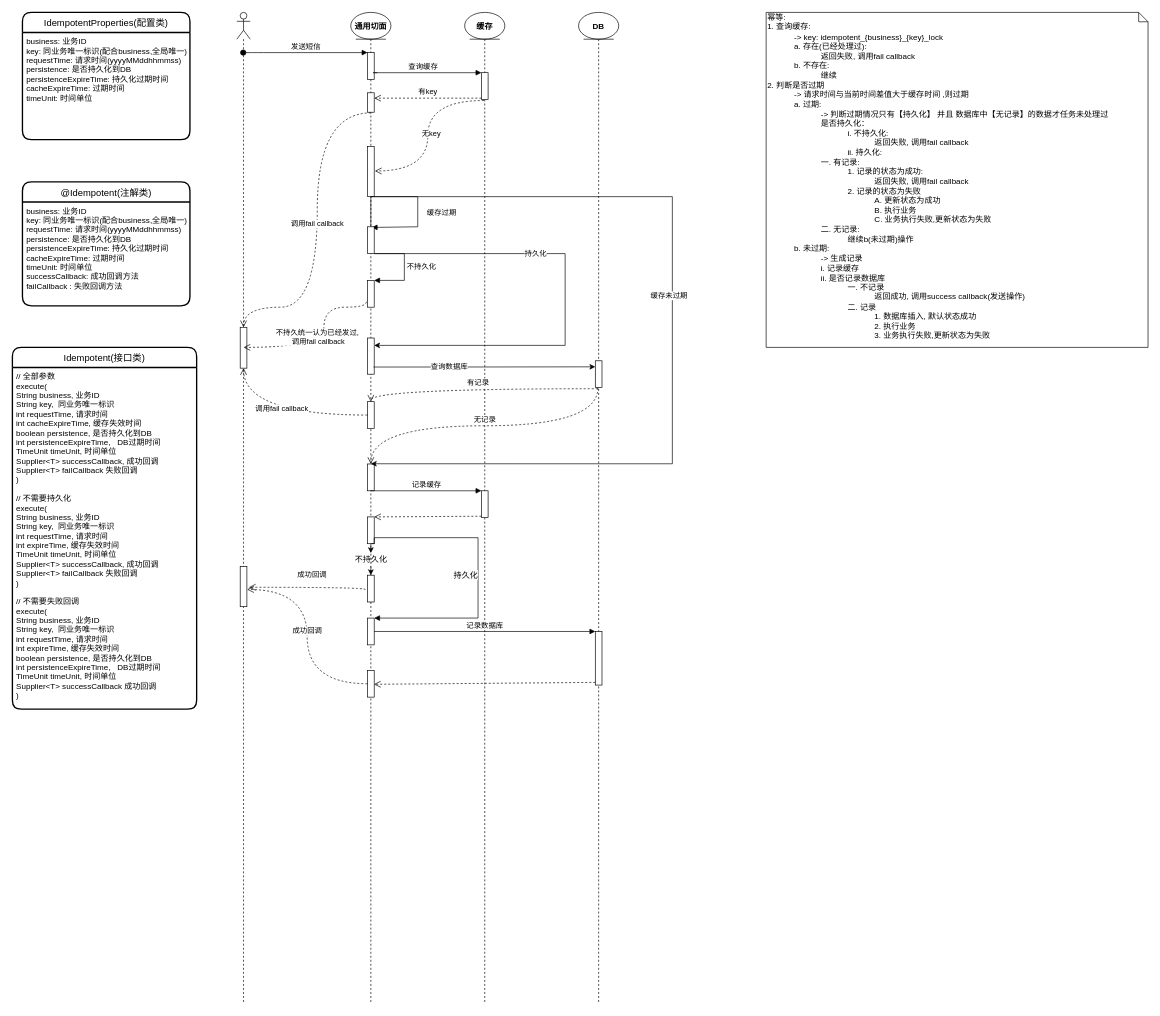
Above: drawioes/幂等流程图.drawio in moriwuzhe/org-diagrams (draw.io), before the change. Source tidied: cells renumbered, new cells numbered last; positions are measured from the earlier drawing's top-left corner, leaving out a move shared by most shapes. Both pictures are drawn from the tidied source at 67%, with x=0, y=0 at pixel (12, 12).
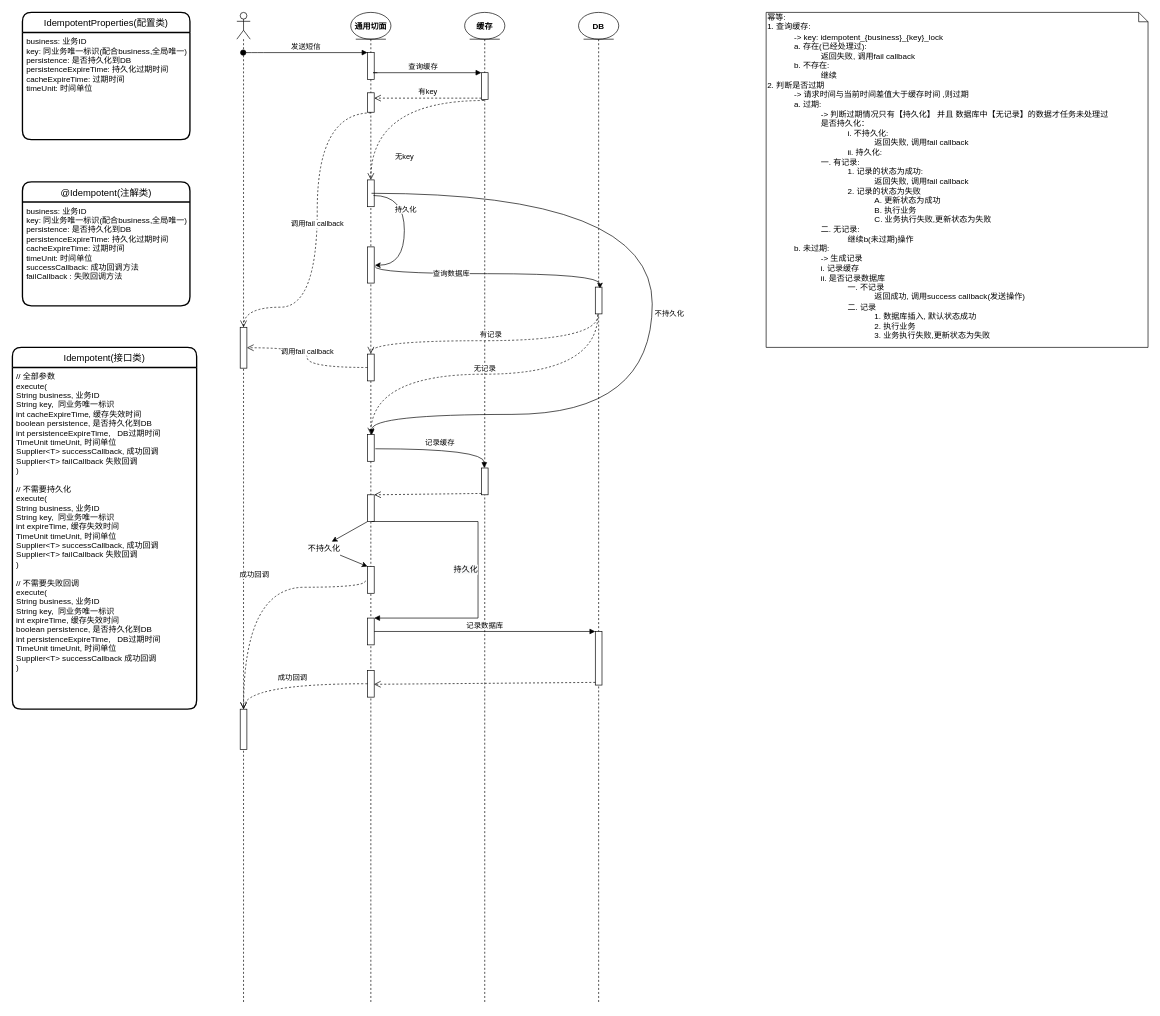
After the change.

Commit message (it also covers changes not shown here):
更新幂等流程图.drawio

Unchanged cells that the change refers to:
```xml
<mxCell id="2" value="IdempotentProperties(配置类)" style="swimlane;horizontal=1;startSize=30;rounded=1;fontSize=14;fontStyle=0;strokeWidth=2;shadow=0;dashed=0;align=center;" parent="1" vertex="1">
  <mxGeometry x="15" width="250" height="190" as="geometry" />
</mxCell>
<mxCell id="4" value="@Idempotent(注解类)" style="swimlane;horizontal=1;startSize=30;rounded=1;fontSize=14;fontStyle=0;strokeWidth=2;shadow=0;dashed=0;align=center;" parent="1" vertex="1">
  <mxGeometry x="15" y="253" width="250" height="185" as="geometry" />
</mxCell>
<mxCell id="6" value="Idempotent(接口类)" style="swimlane;horizontal=1;startSize=30;rounded=1;fontSize=14;fontStyle=0;strokeWidth=2;shadow=0;dashed=0;align=center;" parent="1" vertex="1">
  <mxGeometry y="500" width="275" height="540" as="geometry" />
</mxCell>
<mxCell id="8" style="shape=umlLifeline;participant=umlActor;perimeter=lifelinePerimeter;whiteSpace=wrap;html=1;verticalAlign=top;spacingTop=36;outlineConnect=0;" parent="1" vertex="1">
  <mxGeometry x="335" width="20" height="1480" as="geometry" />
</mxCell>
<mxCell id="11" style="shape=umlLifeline;participant=umlEntity;perimeter=lifelinePerimeter;whiteSpace=wrap;html=1;verticalAlign=top;spacingTop=36;" parent="1" vertex="1">
  <mxGeometry x="505" width="60" height="1480" as="geometry" />
</mxCell>
<mxCell id="23" style="html=1;points=[];perimeter=orthogonalPerimeter;" parent="11" vertex="1">
  <mxGeometry x="25" y="904" width="10" height="40" as="geometry" />
</mxCell>
<mxCell id="25" style="html=1;points=[];perimeter=orthogonalPerimeter;" parent="11" vertex="1">
  <mxGeometry x="25" y="982" width="10" height="40" as="geometry" />
</mxCell>
<mxCell id="36" style="shape=umlLifeline;participant=umlEntity;perimeter=lifelinePerimeter;whiteSpace=wrap;html=1;verticalAlign=top;spacingTop=36;" parent="1" vertex="1">
  <mxGeometry x="675" width="60" height="1480" as="geometry" />
</mxCell>
<mxCell id="38" style="html=1;points=[];perimeter=orthogonalPerimeter;" parent="36" vertex="1">
  <mxGeometry x="25" y="90" width="10" height="40" as="geometry" />
</mxCell>
<mxCell id="40" style="shape=umlLifeline;participant=umlEntity;perimeter=lifelinePerimeter;whiteSpace=wrap;html=1;verticalAlign=top;spacingTop=36;" parent="1" vertex="1">
  <mxGeometry x="845" width="60" height="1480" as="geometry" />
</mxCell>
```

The edit, as a diff of the source:
```diff
@@
-    <mxCell id="3" value="business: 业务ID&#10;key: 同业务唯一标识(配合business,全局唯一)&#10;requestTime: 请求时间(yyyyMMddhhmmss)&#10;persistence: 是否持久化到DB&#10;persistenceExpireTime: 持久化过期时间&#10;cacheExpireTime: 过期时间&#10;timeUnit: 时间单位&#10;&#10;" style="align=left;strokeColor=none;fillColor=none;spacingLeft=4;fontSize=12;verticalAlign=top;" parent="2" vertex="1">
+    <mxCell id="3" value="business: 业务ID&#10;key: 同业务唯一标识(配合business,全局唯一)&#10;persistence: 是否持久化到DB&#10;persistenceExpireTime: 持久化过期时间&#10;cacheExpireTime: 过期时间&#10;timeUnit: 时间单位&#10;&#10;" style="align=left;strokeColor=none;fillColor=none;spacingLeft=4;fontSize=12;verticalAlign=top;" parent="2" vertex="1">
       <mxGeometry y="30" width="250" height="160" as="geometry" />
     </mxCell>
@@
-    <mxCell id="5" value="business: 业务ID&#10;key: 同业务唯一标识(配合business,全局唯一)&#10;requestTime: 请求时间(yyyyMMddhhmmss)&#10;persistence: 是否持久化到DB&#10;persistenceExpireTime: 持久化过期时间&#10;cacheExpireTime: 过期时间&#10;timeUnit: 时间单位&#10;successCallback: 成功回调方法&#10;failCallback : 失败回调方法&#10;&#10;&#10;" style="align=left;strokeColor=none;fillColor=none;spacingLeft=4;fontSize=12;verticalAlign=top;" parent="4" vertex="1">
+    <mxCell id="5" value="business: 业务ID&#10;key: 同业务唯一标识(配合business,全局唯一)&#10;persistence: 是否持久化到DB&#10;persistenceExpireTime: 持久化过期时间&#10;cacheExpireTime: 过期时间&#10;timeUnit: 时间单位&#10;successCallback: 成功回调方法&#10;failCallback : 失败回调方法&#10;&#10;&#10;" style="align=left;strokeColor=none;fillColor=none;spacingLeft=4;fontSize=12;verticalAlign=top;" parent="4" vertex="1">
       <mxGeometry y="30" width="250" height="155" as="geometry" />
     </mxCell>
@@
-    <mxCell id="7" value="// 全部参数&#10;execute(&#10;String business, 业务ID&#10;String key,  同业务唯一标识&#10;int requestTime, 请求时间&#10;int cacheExpireTime, 缓存失效时间&#10;boolean persistence, 是否持久化到DB&#10;int persistenceExpireTime,   DB过期时间&#10;TimeUnit timeUnit, 时间单位&#10;Supplier&lt;T&gt; successCallback, 成功回调&#10;Supplier&lt;T&gt; failCallback 失败回调&#10;)&#10;&#10;// 不需要持久化&#10;execute(&#10;String business, 业务ID&#10;String key,  同业务唯一标识&#10;int requestTime, 请求时间&#10;int expireTime, 缓存失效时间&#10;TimeUnit timeUnit, 时间单位&#10;Supplier&lt;T&gt; successCallback, 成功回调&#10;Supplier&lt;T&gt; failCallback 失败回调&#10;)&#10;&#10;// 不需要失败回调&#10;execute(&#10;String business, 业务ID&#10;String key,  同业务唯一标识&#10;int requestTime, 请求时间&#10;int expireTime, 缓存失效时间&#10;boolean persistence, 是否持久化到DB&#10;int persistenceExpireTime,   DB过期时间&#10;TimeUnit timeUnit, 时间单位&#10;Supplier&lt;T&gt; successCallback 成功回调&#10;)&#10;" style="align=left;strokeColor=none;fillColor=none;spacingLeft=4;fontSize=12;verticalAlign=top;" parent="6" vertex="1">
+    <mxCell id="7" value="// 全部参数&#10;execute(&#10;String business, 业务ID&#10;String key,  同业务唯一标识&#10;int cacheExpireTime, 缓存失效时间&#10;boolean persistence, 是否持久化到DB&#10;int persistenceExpireTime,   DB过期时间&#10;TimeUnit timeUnit, 时间单位&#10;Supplier&lt;T&gt; successCallback, 成功回调&#10;Supplier&lt;T&gt; failCallback 失败回调&#10;)&#10;&#10;// 不需要持久化&#10;execute(&#10;String business, 业务ID&#10;String key,  同业务唯一标识&#10;int expireTime, 缓存失效时间&#10;TimeUnit timeUnit, 时间单位&#10;Supplier&lt;T&gt; successCallback, 成功回调&#10;Supplier&lt;T&gt; failCallback 失败回调&#10;)&#10;&#10;// 不需要失败回调&#10;execute(&#10;String business, 业务ID&#10;String key,  同业务唯一标识&#10;int expireTime, 缓存失效时间&#10;boolean persistence, 是否持久化到DB&#10;int persistenceExpireTime,   DB过期时间&#10;TimeUnit timeUnit, 时间单位&#10;Supplier&lt;T&gt; successCallback 成功回调&#10;)&#10;" style="align=left;strokeColor=none;fillColor=none;spacingLeft=4;fontSize=12;verticalAlign=top;" parent="6" vertex="1">
       <mxGeometry y="30" width="275" height="510" as="geometry" />
     </mxCell>
@@
     <mxCell id="10" style="html=1;points=[];perimeter=orthogonalPerimeter;" parent="8" vertex="1">
-      <mxGeometry x="5" y="827" width="10" height="60" as="geometry" />
+      <mxGeometry x="5" y="1040" width="10" height="60" as="geometry" />
     </mxCell>
@@
-    <mxCell id="15" style="html=1;points=[];perimeter=orthogonalPerimeter;" parent="11" vertex="1">
-      <mxGeometry x="25" y="200" width="10" height="75" as="geometry" />
-    </mxCell>
     <mxCell id="16" style="html=1;points=[];perimeter=orthogonalPerimeter;" parent="11" vertex="1">
-      <mxGeometry x="25" y="486" width="10" height="54" as="geometry" />
+      <mxGeometry x="25" y="350" width="10" height="54" as="geometry" />
     </mxCell>
     <mxCell id="17" style="html=1;points=[];perimeter=orthogonalPerimeter;" parent="11" vertex="1">
-      <mxGeometry x="25" y="581" width="10" height="40" as="geometry" />
+      <mxGeometry x="25" y="510" width="10" height="40" as="geometry" />
     </mxCell>
     <mxCell id="18" style="html=1;points=[];perimeter=orthogonalPerimeter;" parent="11" vertex="1">
-      <mxGeometry x="25" y="674" width="10" height="40" as="geometry" />
+      <mxGeometry x="25" y="630" width="10" height="40" as="geometry" />
     </mxCell>
-    <mxCell id="19" style="edgeStyle=orthogonalEdgeStyle;rounded=0;jettySize=auto;html=1;entryX=0.507;entryY=-0.008;entryDx=0;entryDy=0;entryPerimeter=0;" parent="11" edge="1" target="18">
-      <mxGeometry relative="1" as="geometry">
-        <mxPoint x="30" y="275" as="sourcePoint" />
-        <Array as="points">
-          <mxPoint x="480" y="275" />
-          <mxPoint x="480" y="674" />
-        </Array>
-      </mxGeometry>
-    </mxCell>
-    <mxCell id="20" value="缓存未过期" style="edgeLabel;html=1;align=center;verticalAlign=middle;" parent="19" vertex="1">
-      <mxGeometry x="-0.08" y="-6" relative="1" as="geometry" />
-    </mxCell>
-    <mxCell id="21" style="rounded=0;jettySize=auto;html=1;" parent="11" edge="1" source="31" target="30">
-      <mxGeometry relative="1" as="geometry" />
-    </mxCell>
     <mxCell id="22" style="html=1;points=[];perimeter=orthogonalPerimeter;" parent="11" vertex="1">
-      <mxGeometry x="25" y="753" width="10" height="40" as="geometry" />
+      <mxGeometry x="25" y="720" width="10" height="40" as="geometry" />
     </mxCell>
@@
     <mxCell id="24" value="&lt;span style=&quot;font-size: 12px ; text-align: center ; background-color: rgb(248 , 249 , 250)&quot;&gt;持久化&lt;/span&gt;" style="edgeStyle=orthogonalEdgeStyle;html=1;align=left;spacingLeft=2;endArrow=block;rounded=0;entryX=1;entryY=0;exitX=0.599;exitY=0.997;exitDx=0;exitDy=0;exitPerimeter=0;" parent="11" edge="1" source="22" target="23">
       <mxGeometry x="0.01" y="-40" relative="1" as="geometry">
         <Array as="points">
-          <mxPoint x="35" y="793" />
-          <mxPoint x="35" y="784" />
-          <mxPoint x="190" y="784" />
+          <mxPoint x="190" y="760" />
           <mxPoint x="190" y="904" />
         </Array>
       </mxGeometry>
     </mxCell>
@@
-    <mxCell id="26" value="缓存过期" style="edgeStyle=orthogonalEdgeStyle;html=1;align=left;spacingLeft=2;endArrow=block;rounded=0;entryX=0.633;entryY=0.025;entryDx=0;entryDy=0;entryPerimeter=0;" parent="11" edge="1" source="27" target="27">
-      <mxGeometry x="0.22" y="10" relative="1" as="geometry">
-        <Array as="points">
-          <mxPoint x="30" y="275" />
-          <mxPoint x="100" y="275" />
-          <mxPoint x="100" y="320" />
-          <mxPoint x="31" y="320" />
-        </Array>
-      </mxGeometry>
-    </mxCell>
     <mxCell id="27" style="html=1;points=[];perimeter=orthogonalPerimeter;" parent="11" vertex="1">
-      <mxGeometry x="25" y="320" width="10" height="40" as="geometry" />
+      <mxGeometry x="25" y="250" width="10" height="40" as="geometry" />
     </mxCell>
-    <mxCell id="28" style="html=1;points=[];perimeter=orthogonalPerimeter;" parent="11" vertex="1">
-      <mxGeometry x="25" y="400" width="10" height="40" as="geometry" />
-    </mxCell>
-    <mxCell id="29" value="不持久化" style="edgeStyle=orthogonalEdgeStyle;html=1;align=left;spacingLeft=2;endArrow=block;rounded=0;entryX=1;entryY=0;" parent="11" edge="1" source="27" target="28">
-      <mxGeometry relative="1" as="geometry">
-        <Array as="points">
-          <mxPoint x="80" y="360" />
-          <mxPoint x="80" y="400" />
-        </Array>
-      </mxGeometry>
-    </mxCell>
     <mxCell id="30" style="html=1;points=[];perimeter=orthogonalPerimeter;" parent="11" vertex="1">
-      <mxGeometry x="25" y="840" width="10" height="40" as="geometry" />
+      <mxGeometry x="25" y="827" width="10" height="40" as="geometry" />
     </mxCell>
-    <mxCell id="31" value="不持久化" style="text;html=1;align=center;verticalAlign=middle;points=[];" parent="11" vertex="1">
-      <mxGeometry y="807" width="60" height="20" as="geometry" />
-    </mxCell>
-    <mxCell id="32" style="rounded=0;jettySize=auto;html=1;" parent="11" edge="1" source="22" target="31">
-      <mxGeometry relative="1" as="geometry" />
-    </mxCell>
-    <mxCell id="33" style="edgeStyle=orthogonalEdgeStyle;rounded=0;jettySize=auto;html=1;" parent="11" edge="1" source="27">
+    <mxCell id="33" style="edgeStyle=orthogonalEdgeStyle;rounded=0;jettySize=auto;html=1;exitX=0.9;exitY=0.583;exitDx=0;exitDy=0;exitPerimeter=0;entryX=1.1;entryY=0.506;entryDx=0;entryDy=0;entryPerimeter=0;curved=1;" parent="11" edge="1" source="27" target="16">
       <mxGeometry relative="1" as="geometry">
-        <mxPoint x="35" y="497" as="targetPoint" />
         <Array as="points">
-          <mxPoint x="320" y="360" />
-          <mxPoint x="320" y="497" />
+          <mxPoint x="80" y="273" />
+          <mxPoint x="80" y="377" />
         </Array>
       </mxGeometry>
     </mxCell>
@@
+    <mxCell id="29" value="不持久化" style="edgeStyle=orthogonalEdgeStyle;html=1;align=left;spacingLeft=2;endArrow=block;rounded=0;entryX=0.633;entryY=0.017;entryDx=0;entryDy=0;entryPerimeter=0;curved=1;" parent="11" edge="1" target="18">
+      <mxGeometry relative="1" as="geometry">
+        <mxPoint x="31" y="270" as="sourcePoint" />
+        <Array as="points">
+          <mxPoint x="450" y="270" />
+          <mxPoint x="450" y="600" />
+          <mxPoint x="31" y="600" />
+        </Array>
+      </mxGeometry>
+    </mxCell>
@@
     <mxCell id="39" style="html=1;points=[];perimeter=orthogonalPerimeter;" parent="36" vertex="1">
-      <mxGeometry x="25" y="714" width="10" height="40" as="geometry" />
+      <mxGeometry x="25" y="680" width="10" height="40" as="geometry" />
     </mxCell>
@@
     <mxCell id="42" style="html=1;points=[];perimeter=orthogonalPerimeter;" parent="40" vertex="1">
-      <mxGeometry x="25" y="520" width="10" height="40" as="geometry" />
+      <mxGeometry x="25" y="410" width="10" height="40" as="geometry" />
     </mxCell>
@@
-    <mxCell id="47" value="无key" style="html=1;verticalAlign=bottom;endArrow=open;dashed=1;endSize=8;edgeStyle=orthogonalEdgeStyle;curved=1;exitX=0.38;exitY=1.038;exitDx=0;exitDy=0;exitPerimeter=0;entryX=1.1;entryY=0.489;entryDx=0;entryDy=0;entryPerimeter=0;" parent="1" edge="1" source="38" target="15">
-      <mxGeometry x="0.06" y="5" relative="1" as="geometry" />
+    <mxCell id="47" value="无key" style="html=1;verticalAlign=bottom;endArrow=open;dashed=1;endSize=8;edgeStyle=orthogonalEdgeStyle;curved=1;exitX=0.38;exitY=1.038;exitDx=0;exitDy=0;exitPerimeter=0;" parent="1" edge="1" source="38" target="27">
+      <mxGeometry x="0.82" y="50" relative="1" as="geometry" />
     </mxCell>
-    <mxCell id="48" style="edgeStyle=orthogonalEdgeStyle;curved=1;rounded=0;jettySize=auto;html=1;exitX=0.9;exitY=0.802;exitDx=0;exitDy=0;exitPerimeter=0;" parent="1" edge="1" source="16">
+    <mxCell id="48" style="edgeStyle=orthogonalEdgeStyle;curved=1;rounded=0;jettySize=auto;html=1;exitX=1.1;exitY=0.537;exitDx=0;exitDy=0;exitPerimeter=0;entryX=0.7;entryY=0.05;entryDx=0;entryDy=0;entryPerimeter=0;" parent="1" edge="1" source="16" target="42">
       <mxGeometry relative="1" as="geometry">
-        <mxPoint x="870" y="529" as="targetPoint" />
+        <Array as="points">
+          <mxPoint x="541" y="390" />
+          <mxPoint x="877" y="390" />
+        </Array>
       </mxGeometry>
     </mxCell>
@@
-    <mxCell id="50" value="有记录" style="html=1;verticalAlign=bottom;endArrow=open;dashed=1;endSize=8;exitX=0.392;exitY=1.042;exitDx=0;exitDy=0;exitPerimeter=0;edgeStyle=orthogonalEdgeStyle;curved=1;" parent="1" edge="1" source="42">
+    <mxCell id="50" value="有记录" style="html=1;verticalAlign=bottom;endArrow=open;dashed=1;endSize=8;exitX=0.392;exitY=1.042;exitDx=0;exitDy=0;exitPerimeter=0;edgeStyle=orthogonalEdgeStyle;curved=1;entryX=0.5;entryY=-0.017;entryDx=0;entryDy=0;entryPerimeter=0;" parent="1" edge="1" source="42" target="17">
       <mxGeometry relative="1" as="geometry">
-        <mxPoint x="535" y="581" as="targetPoint" />
         <Array as="points">
-          <mxPoint x="874" y="561" />
-          <mxPoint x="535" y="561" />
+          <mxPoint x="874" y="490" />
+          <mxPoint x="535" y="490" />
         </Array>
       </mxGeometry>
     </mxCell>
@@
-    <mxCell id="53" value="记录缓存" style="html=1;verticalAlign=bottom;endArrow=block;entryX=0;entryY=0;" parent="1" edge="1" target="39">
-      <mxGeometry relative="1" as="geometry">
-        <mxPoint x="534.5" y="714" as="sourcePoint" />
-      </mxGeometry>
+    <mxCell id="53" value="记录缓存" style="html=1;verticalAlign=bottom;endArrow=block;entryX=0.433;entryY=0;exitX=1.167;exitY=0.533;exitDx=0;exitDy=0;exitPerimeter=0;edgeStyle=orthogonalEdgeStyle;curved=1;entryDx=0;entryDy=0;entryPerimeter=0;" parent="1" edge="1" source="18" target="39">
+      <mxGeometry relative="1" as="geometry" />
     </mxCell>
@@
-    <mxCell id="58" value="成功回调" style="html=1;verticalAlign=bottom;endArrow=open;dashed=1;endSize=8;edgeStyle=orthogonalEdgeStyle;curved=1;entryX=1.3;entryY=0.517;entryDx=0;entryDy=0;entryPerimeter=0;exitX=-0.3;exitY=0.533;exitDx=0;exitDy=0;exitPerimeter=0;" parent="1" edge="1" source="30" target="10">
+    <mxCell id="58" value="成功回调" style="html=1;verticalAlign=bottom;endArrow=open;dashed=1;endSize=8;edgeStyle=orthogonalEdgeStyle;curved=1;exitX=-0.3;exitY=0.533;exitDx=0;exitDy=0;exitPerimeter=0;" parent="1" edge="1" source="30" target="10">
       <mxGeometry x="-0.06" y="-10" relative="1" as="geometry">
         <Array as="points">
           <mxPoint x="527" y="858" />
+          <mxPoint x="345" y="858" />
         </Array>
       </mxGeometry>
     </mxCell>
-    <mxCell id="59" value="成功回调" style="html=1;verticalAlign=bottom;endArrow=open;dashed=1;endSize=8;edgeStyle=orthogonalEdgeStyle;curved=1;entryX=1.033;entryY=0.572;entryDx=0;entryDy=0;entryPerimeter=0;" parent="1" edge="1" source="25" target="10">
+    <mxCell id="59" value="成功回调" style="html=1;verticalAlign=bottom;endArrow=open;dashed=1;endSize=8;edgeStyle=orthogonalEdgeStyle;curved=1;" parent="1" edge="1" source="25" target="10">
       <mxGeometry relative="1" as="geometry" />
     </mxCell>
-    <mxCell id="60" value="不持久统一认为已经发过,&lt;br&gt;&amp;nbsp;调用fail callback" style="html=1;verticalAlign=bottom;endArrow=open;dashed=1;endSize=8;edgeStyle=orthogonalEdgeStyle;curved=1;exitX=-0.167;exitY=0.8;exitDx=0;exitDy=0;exitPerimeter=0;" parent="1" edge="1" source="28">
-      <mxGeometry x="0.12" relative="1" as="geometry">
-        <mxPoint x="345" y="500" as="targetPoint" />
-        <Array as="points">
-          <mxPoint x="528" y="440" />
-          <mxPoint x="465" y="440" />
-          <mxPoint x="465" y="500" />
-        </Array>
-      </mxGeometry>
-    </mxCell>
+    <mxCell id="31" value="不持久化" style="text;html=1;align=center;verticalAlign=middle;points=[];" parent="1" vertex="1">
+      <mxGeometry x="435" y="790" width="60" height="20" as="geometry" />
+    </mxCell>
+    <mxCell id="21" style="rounded=0;jettySize=auto;html=1;" parent="1" edge="1" source="31" target="30">
+      <mxGeometry relative="1" as="geometry" />
+    </mxCell>
+    <mxCell id="32" style="rounded=0;jettySize=auto;html=1;" parent="1" edge="1" source="22" target="31">
+      <mxGeometry relative="1" as="geometry" />
+    </mxCell>
```
